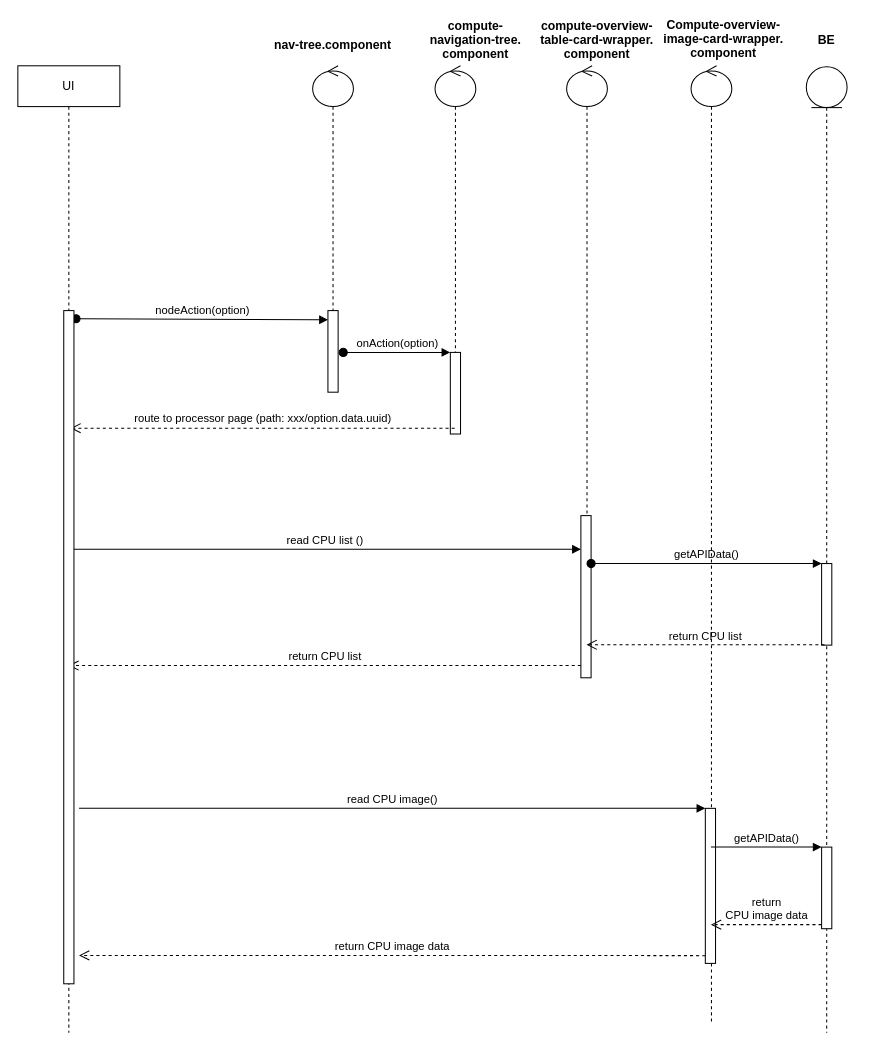
The draw.io diagram page "compute/overview/processor/seq-diagram with code review / AC" (42 of 44) of Untitled Diagram.drawio in hsiaofung/UML, before the edit. Source tidied: cells renumbered, new cells numbered last; positions are measured from the earlier drawing's top-left corner, leaving out a move shared by most shapes. Both pictures are drawn from the tidied source at 102%, with x=0, y=0 at pixel (17, 26).
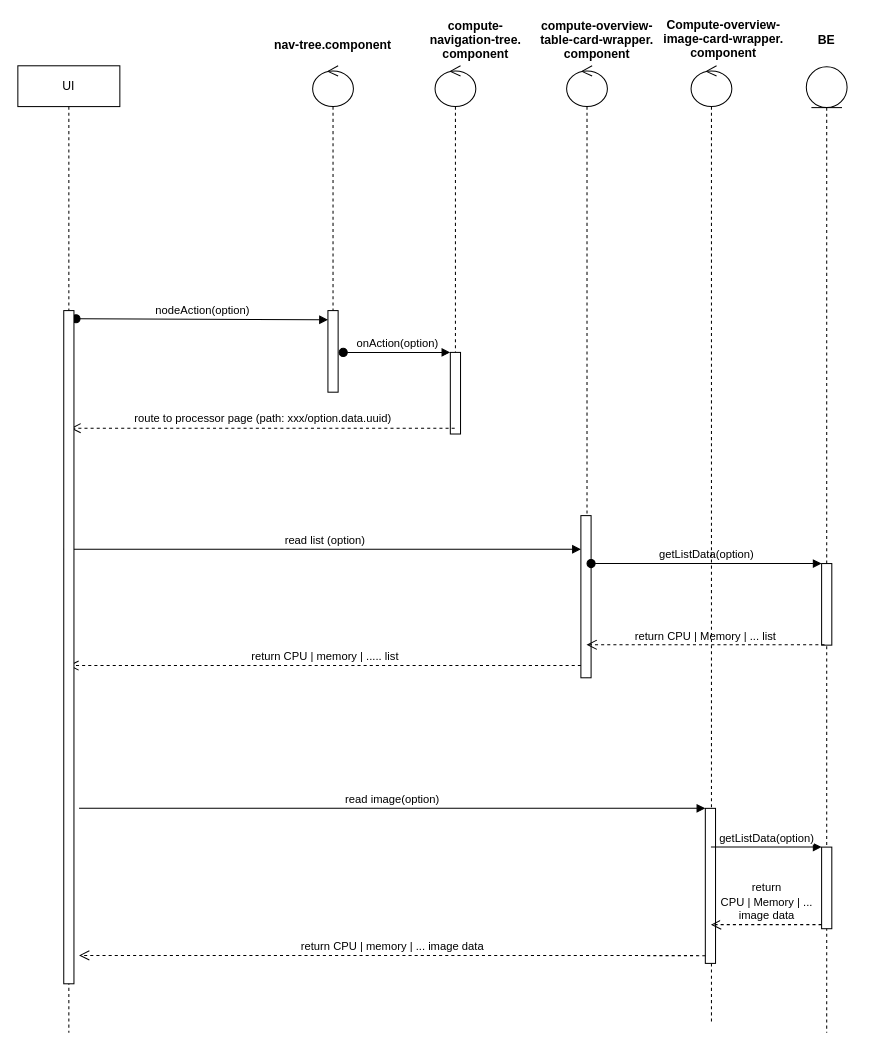
The same diagram, later.

The change refers to these unchanged cells:
```xml
<mxCell id="11" style="shape=umlLifeline;participant=umlControl;perimeter=lifelinePerimeter;whiteSpace=wrap;html=1;verticalAlign=top;spacingTop=36;outlineConnect=0;" parent="1" vertex="1">
  <mxGeometry x="538" y="39" width="40" height="600" as="geometry" />
</mxCell>
<mxCell id="12" style="html=1;points=[];perimeter=orthogonalPerimeter;" parent="11" vertex="1">
  <mxGeometry x="14" y="441" width="10" height="159" as="geometry" />
</mxCell>
<mxCell id="17" style="html=1;points=[];perimeter=orthogonalPerimeter;" parent="16" vertex="1">
  <mxGeometry x="15" y="487" width="10" height="80" as="geometry" />
</mxCell>
<mxCell id="18" style="html=1;points=[];perimeter=orthogonalPerimeter;" parent="16" vertex="1">
  <mxGeometry x="15" y="765" width="10" height="80" as="geometry" />
</mxCell>
<mxCell id="22" style="shape=umlLifeline;participant=umlControl;perimeter=lifelinePerimeter;whiteSpace=wrap;html=1;verticalAlign=top;spacingTop=36;outlineConnect=0;" parent="1" vertex="1">
  <mxGeometry x="660" y="39" width="40" height="938" as="geometry" />
</mxCell>
<mxCell id="23" style="html=1;points=[];perimeter=orthogonalPerimeter;" parent="22" vertex="1">
  <mxGeometry x="14" y="728" width="10" height="152" as="geometry" />
</mxCell>
<mxCell id="29" value="UI" style="shape=umlLifeline;perimeter=lifelinePerimeter;whiteSpace=wrap;html=1;outlineConnect=0;" parent="1" vertex="1">
  <mxGeometry y="39" width="100" height="948" as="geometry" />
</mxCell>
```

The edit, as a diff of the source:
```diff
@@
-    <mxCell id="13" value="return CPU list" style="html=1;verticalAlign=bottom;endArrow=open;dashed=1;endSize=8;rounded=0;" parent="11" edge="1" target="29">
+    <mxCell id="13" value="return CPU | memory | ..... list" style="html=1;verticalAlign=bottom;endArrow=open;dashed=1;endSize=8;rounded=0;" parent="11" edge="1" target="29">
       <mxGeometry relative="1" as="geometry">
         <mxPoint x="14" y="588" as="sourcePoint" />
       </mxGeometry>
     </mxCell>
@@
-    <mxCell id="15" value="read CPU list ()" style="html=1;verticalAlign=bottom;startArrow=oval;endArrow=block;startSize=8;rounded=0;" parent="1" edge="1" source="29" target="12">
+    <mxCell id="15" value="read list (option)" style="html=1;verticalAlign=bottom;startArrow=oval;endArrow=block;startSize=8;rounded=0;" parent="1" edge="1" source="29" target="12">
       <mxGeometry relative="1" as="geometry" />
     </mxCell>
@@
-    <mxCell id="20" value="getAPIData()" style="html=1;verticalAlign=bottom;startArrow=oval;endArrow=block;startSize=8;rounded=0;" parent="1" edge="1" target="17">
+    <mxCell id="20" value="getListData(option)" style="html=1;verticalAlign=bottom;startArrow=oval;endArrow=block;startSize=8;rounded=0;" parent="1" edge="1" target="17">
       <mxGeometry relative="1" as="geometry">
         <mxPoint x="562" y="527" as="sourcePoint" />
       </mxGeometry>
     </mxCell>
-    <mxCell id="21" value="return CPU list" style="html=1;verticalAlign=bottom;endArrow=open;dashed=1;endSize=8;rounded=0;exitX=0.283;exitY=0.995;exitDx=0;exitDy=0;exitPerimeter=0;" parent="1" edge="1" source="17" target="11">
+    <mxCell id="21" value="return CPU | Memory | ... list" style="html=1;verticalAlign=bottom;endArrow=open;dashed=1;endSize=8;rounded=0;exitX=0.283;exitY=0.995;exitDx=0;exitDy=0;exitPerimeter=0;" parent="1" edge="1" source="17" target="11">
       <mxGeometry relative="1" as="geometry" />
     </mxCell>
@@
-    <mxCell id="25" value="read CPU image()" style="html=1;verticalAlign=bottom;endArrow=block;entryX=0;entryY=0;rounded=0;" parent="1" edge="1" target="23">
+    <mxCell id="25" value="read image(option)" style="html=1;verticalAlign=bottom;endArrow=block;entryX=0;entryY=0;rounded=0;" parent="1" edge="1" target="23">
       <mxGeometry relative="1" as="geometry">
         <mxPoint x="60" y="767" as="sourcePoint" />
       </mxGeometry>
     </mxCell>
-    <mxCell id="26" value="return CPU image data" style="html=1;verticalAlign=bottom;endArrow=open;dashed=1;endSize=8;exitX=0;exitY=0.95;rounded=0;entryX=0.6;entryY=0.92;entryDx=0;entryDy=0;entryPerimeter=0;" parent="1" edge="1" source="23" target="29">
+    <mxCell id="26" value="return CPU | memory | ... image data" style="html=1;verticalAlign=bottom;endArrow=open;dashed=1;endSize=8;exitX=0;exitY=0.95;rounded=0;entryX=0.6;entryY=0.92;entryDx=0;entryDy=0;entryPerimeter=0;" parent="1" edge="1" source="23" target="29">
       <mxGeometry relative="1" as="geometry" />
     </mxCell>
-    <mxCell id="27" value="getAPIData()" style="html=1;verticalAlign=bottom;endArrow=block;entryX=0;entryY=0;rounded=0;" parent="1" edge="1" source="22" target="18">
+    <mxCell id="27" value="getListData(option)" style="html=1;verticalAlign=bottom;endArrow=block;entryX=0;entryY=0;rounded=0;" parent="1" edge="1" source="22" target="18">
       <mxGeometry relative="1" as="geometry" />
     </mxCell>
-    <mxCell id="28" value="return &lt;br&gt;CPU image data" style="html=1;verticalAlign=bottom;endArrow=open;dashed=1;endSize=8;exitX=0;exitY=0.95;rounded=0;" parent="1" edge="1" source="18" target="22">
+    <mxCell id="28" value="return &lt;br&gt;CPU | Memory | ... &lt;br&gt;image data" style="html=1;verticalAlign=bottom;endArrow=open;dashed=1;endSize=8;exitX=0;exitY=0.95;rounded=0;" parent="1" edge="1" source="18" target="22">
       <mxGeometry relative="1" as="geometry" />
     </mxCell>
```
